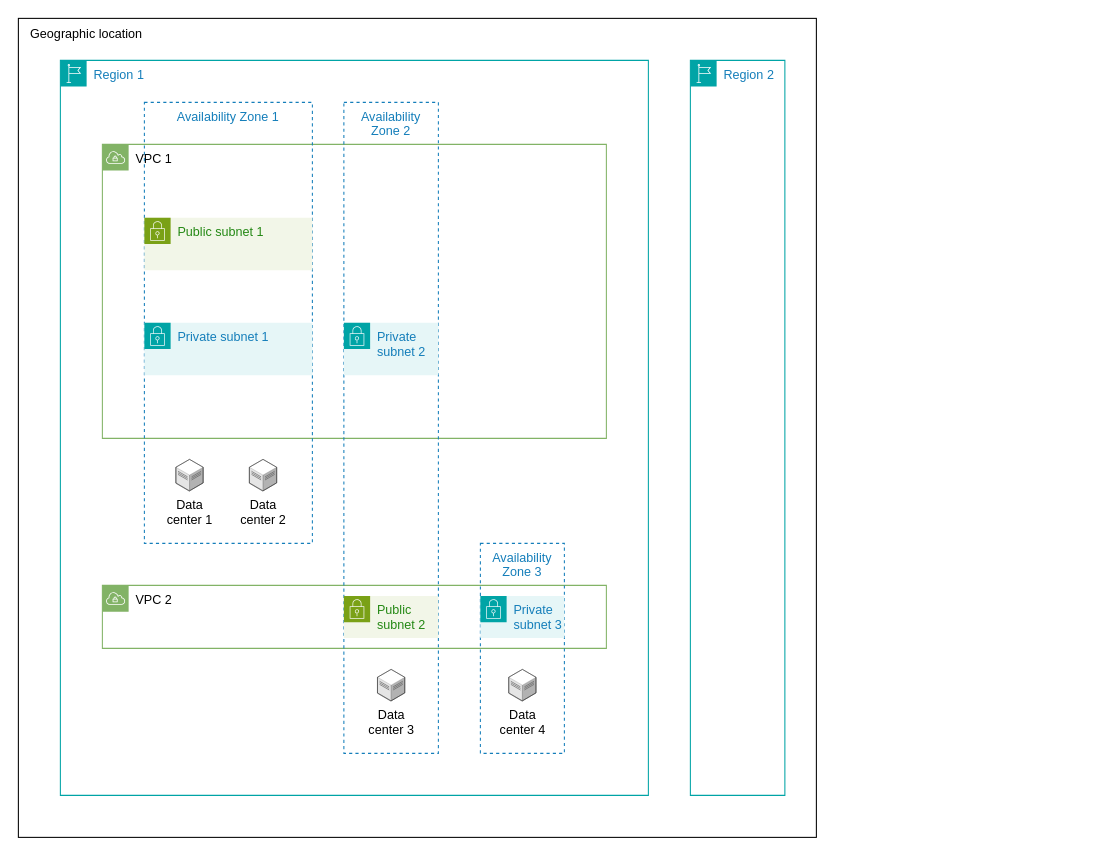
Above: network/diagrams/networkInfrastructure.drawio in vikchupak/AWS (draw.io), before the change. Source tidied: cells renumbered, new cells numbered last; positions are measured from the earlier drawing's top-left corner, leaving out a move shared by most shapes. Both pictures are drawn from the tidied source at 105%, with x=0, y=0 at pixel (18, 18).
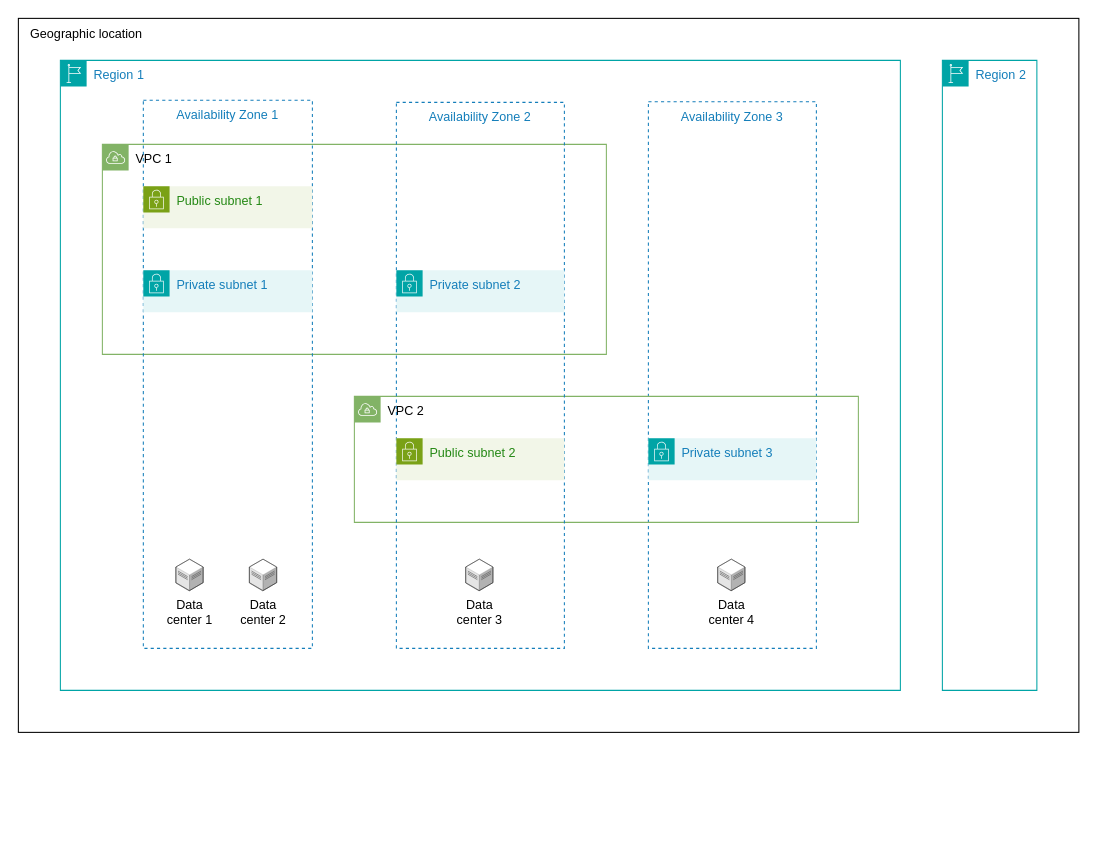
The same diagram, later.

The edit, as a diff of the source:
```diff
@@
 <mxGraphModel background="#ffffff">
   <root>
     <mxCell id="0" />
     <mxCell id="1" parent="0" />
     <mxCell id="2" style="rounded=0;whiteSpace=wrap;html=1;fillColor=none;align=left;" parent="1" vertex="1">
-      <mxGeometry width="760" height="780" as="geometry" />
+      <mxGeometry width="1010" height="680" as="geometry" />
     </mxCell>
+    <mxCell id="8" value="Availability Zone 3" style="fillColor=none;strokeColor=#147EBA;dashed=1;verticalAlign=top;fontStyle=0;fontColor=#147EBA;whiteSpace=wrap;html=1;" parent="1" vertex="1">
+      <mxGeometry x="600" y="79.5" width="160" height="520.5" as="geometry" />
+    </mxCell>
     <mxCell id="3" value="Region 1" style="gradientColor=none;html=1;whiteSpace=wrap;fontSize=12;fontStyle=0;shape=mxgraph.aws4.group;grIcon=mxgraph.aws4.group_region;strokeColor=#00A4A6;fillColor=none;verticalAlign=top;align=left;spacingLeft=30;fontColor=#147EBA;" parent="1" vertex="1">
-      <mxGeometry x="40" y="40" width="560" height="700" as="geometry" />
+      <mxGeometry x="40" y="40" width="800" height="600" as="geometry" />
     </mxCell>
     <mxCell id="4" value="VPC 1" style="sketch=0;html=1;whiteSpace=wrap;fontSize=12;fontStyle=0;shape=mxgraph.aws4.group;grIcon=mxgraph.aws4.group_vpc;strokeColor=#82b366;fillColor=none;verticalAlign=top;align=left;spacingLeft=30;dashed=0;" parent="3" vertex="1">
-      <mxGeometry x="40" y="80" width="480" height="280" as="geometry" />
+      <mxGeometry x="40" y="80" width="480" height="200" as="geometry" />
     </mxCell>
     <mxCell id="5" value="VPC 2" style="sketch=0;html=1;whiteSpace=wrap;fontSize=12;fontStyle=0;shape=mxgraph.aws4.group;grIcon=mxgraph.aws4.group_vpc;strokeColor=#82b366;fillColor=none;verticalAlign=top;align=left;spacingLeft=30;dashed=0;" parent="3" vertex="1">
-      <mxGeometry x="40" y="500" width="480" height="60" as="geometry" />
+      <mxGeometry x="280" y="320" width="480" height="120" as="geometry" />
     </mxCell>
     <mxCell id="6" value="Availability Zone 1" style="fillColor=none;strokeColor=#147EBA;dashed=1;verticalAlign=top;fontStyle=0;fontColor=#147EBA;whiteSpace=wrap;html=1;" parent="3" vertex="1">
-      <mxGeometry x="80" y="40" width="160" height="420" as="geometry" />
+      <mxGeometry x="79" y="38" width="161" height="522" as="geometry" />
     </mxCell>
-    <mxCell id="7" value="Availability&lt;br&gt;Zone 2" style="fillColor=none;strokeColor=#147EBA;dashed=1;verticalAlign=top;fontStyle=0;fontColor=#147EBA;whiteSpace=wrap;html=1;" parent="3" vertex="1">
-      <mxGeometry x="270" y="40" width="90" height="620" as="geometry" />
+    <mxCell id="7" value="Availability Zone 2" style="fillColor=none;strokeColor=#147EBA;dashed=1;verticalAlign=top;fontStyle=0;fontColor=#147EBA;whiteSpace=wrap;html=1;" parent="3" vertex="1">
+      <mxGeometry x="320" y="40" width="160" height="520" as="geometry" />
     </mxCell>
-    <mxCell id="8" value="Availability Zone 3" style="fillColor=none;strokeColor=#147EBA;dashed=1;verticalAlign=top;fontStyle=0;fontColor=#147EBA;whiteSpace=wrap;html=1;" parent="3" vertex="1">
-      <mxGeometry x="400" y="460" width="80" height="200" as="geometry" />
-    </mxCell>
     <mxCell id="9" value="Public subnet 1" style="gradientColor=none;html=1;whiteSpace=wrap;fontSize=12;fontStyle=0;shape=mxgraph.aws4.group;grIcon=mxgraph.aws4.group_security_group;grStroke=0;strokeColor=#7AA116;fillColor=#F2F6E8;verticalAlign=top;align=left;spacingLeft=30;fontColor=#248814;dashed=0;" parent="3" vertex="1">
-      <mxGeometry x="80" y="150" width="160" height="50" as="geometry" />
+      <mxGeometry x="79" y="120" width="161" height="40" as="geometry" />
     </mxCell>
     <mxCell id="10" value="Private subnet 1" style="gradientColor=none;html=1;whiteSpace=wrap;fontSize=12;fontStyle=0;shape=mxgraph.aws4.group;grIcon=mxgraph.aws4.group_security_group;grStroke=0;strokeColor=#00A4A6;fillColor=#E6F6F7;verticalAlign=top;align=left;spacingLeft=30;fontColor=#147EBA;dashed=0;" parent="3" vertex="1">
-      <mxGeometry x="80" y="250" width="160" height="50" as="geometry" />
+      <mxGeometry x="79" y="200" width="161" height="40" as="geometry" />
     </mxCell>
     <mxCell id="11" value="Data&lt;br&gt;center 1" style="verticalLabelPosition=bottom;html=1;verticalAlign=top;strokeWidth=1;align=center;dashed=0;shape=mxgraph.aws3d.dataCenter;strokeColor=#5E5E5E;" parent="3" vertex="1">
-      <mxGeometry x="110" y="380" width="26" height="30" as="geometry" />
+      <mxGeometry x="110" y="475" width="26" height="30" as="geometry" />
     </mxCell>
     <mxCell id="12" value="Data&lt;br&gt;center 2" style="verticalLabelPosition=bottom;html=1;verticalAlign=top;strokeWidth=1;align=center;dashed=0;shape=mxgraph.aws3d.dataCenter;strokeColor=#5E5E5E;" parent="3" vertex="1">
-      <mxGeometry x="180" y="380" width="26" height="30" as="geometry" />
+      <mxGeometry x="180" y="475" width="26" height="30" as="geometry" />
     </mxCell>
     <mxCell id="13" value="Private subnet 2" style="gradientColor=none;html=1;whiteSpace=wrap;fontSize=12;fontStyle=0;shape=mxgraph.aws4.group;grIcon=mxgraph.aws4.group_security_group;grStroke=0;strokeColor=#00A4A6;fillColor=#E6F6F7;verticalAlign=top;align=left;spacingLeft=30;fontColor=#147EBA;dashed=0;" parent="3" vertex="1">
-      <mxGeometry x="270" y="250" width="90" height="50" as="geometry" />
+      <mxGeometry x="320" y="200" width="160" height="40" as="geometry" />
     </mxCell>
     <mxCell id="14" value="Data&lt;br&gt;center 3" style="verticalLabelPosition=bottom;html=1;verticalAlign=top;strokeWidth=1;align=center;dashed=0;shape=mxgraph.aws3d.dataCenter;strokeColor=#5E5E5E;" parent="3" vertex="1">
-      <mxGeometry x="302" y="580" width="26" height="30" as="geometry" />
+      <mxGeometry x="386" y="475" width="26" height="30" as="geometry" />
     </mxCell>
     <mxCell id="15" value="Data&lt;br&gt;center 4" style="verticalLabelPosition=bottom;html=1;verticalAlign=top;strokeWidth=1;align=center;dashed=0;shape=mxgraph.aws3d.dataCenter;strokeColor=#5E5E5E;" parent="3" vertex="1">
-      <mxGeometry x="427" y="580" width="26" height="30" as="geometry" />
+      <mxGeometry x="626" y="475" width="26" height="30" as="geometry" />
     </mxCell>
     <mxCell id="16" value="Public subnet 2" style="gradientColor=none;html=1;whiteSpace=wrap;fontSize=12;fontStyle=0;shape=mxgraph.aws4.group;grIcon=mxgraph.aws4.group_security_group;grStroke=0;strokeColor=#7AA116;fillColor=#F2F6E8;verticalAlign=top;align=left;spacingLeft=30;fontColor=#248814;dashed=0;" parent="3" vertex="1">
-      <mxGeometry x="270" y="510" width="90" height="40" as="geometry" />
+      <mxGeometry x="320" y="360" width="160" height="40" as="geometry" />
     </mxCell>
     <mxCell id="17" value="Private subnet 3" style="gradientColor=none;html=1;whiteSpace=wrap;fontSize=12;fontStyle=0;shape=mxgraph.aws4.group;grIcon=mxgraph.aws4.group_security_group;grStroke=0;strokeColor=#00A4A6;fillColor=#E6F6F7;verticalAlign=top;align=left;spacingLeft=30;fontColor=#147EBA;dashed=0;" parent="3" vertex="1">
-      <mxGeometry x="400" y="510" width="80" height="40" as="geometry" />
+      <mxGeometry x="560" y="360" width="160" height="40" as="geometry" />
     </mxCell>
     <mxCell id="18" value="Region 2" style="gradientColor=none;html=1;whiteSpace=wrap;fontSize=12;fontStyle=0;shape=mxgraph.aws4.group;grIcon=mxgraph.aws4.group_region;strokeColor=#00A4A6;fillColor=none;verticalAlign=top;align=left;spacingLeft=30;fontColor=#147EBA;" parent="1" vertex="1">
-      <mxGeometry x="640" y="40" width="90" height="700" as="geometry" />
+      <mxGeometry x="880" y="40" width="90" height="600" as="geometry" />
     </mxCell>
     <mxCell id="19" value="Geographic location" style="text;html=1;align=center;verticalAlign=middle;whiteSpace=wrap;rounded=0;" parent="1" vertex="1">
       <mxGeometry width="130" height="30" as="geometry" />
     </mxCell>
   </root>
 </mxGraphModel>
```
